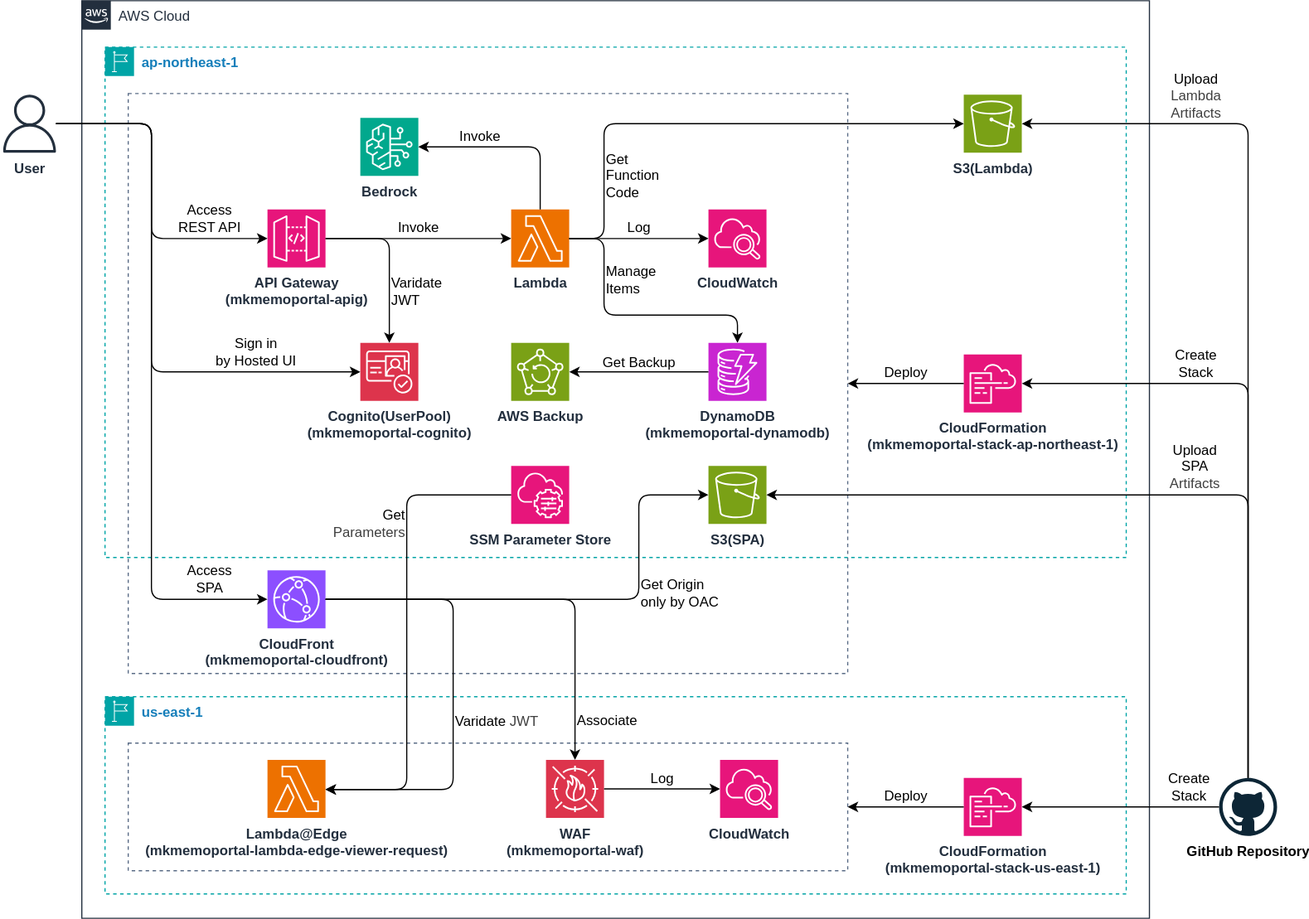
Before: architecture.drawio.svg, a diagram exported from draw.io (infhyroyage/MarkdownNotePortal). Source tidied: cells renumbered, new cells last; positions are measured from the earlier drawing's top-left corner, leaving out a move shared by most shapes.
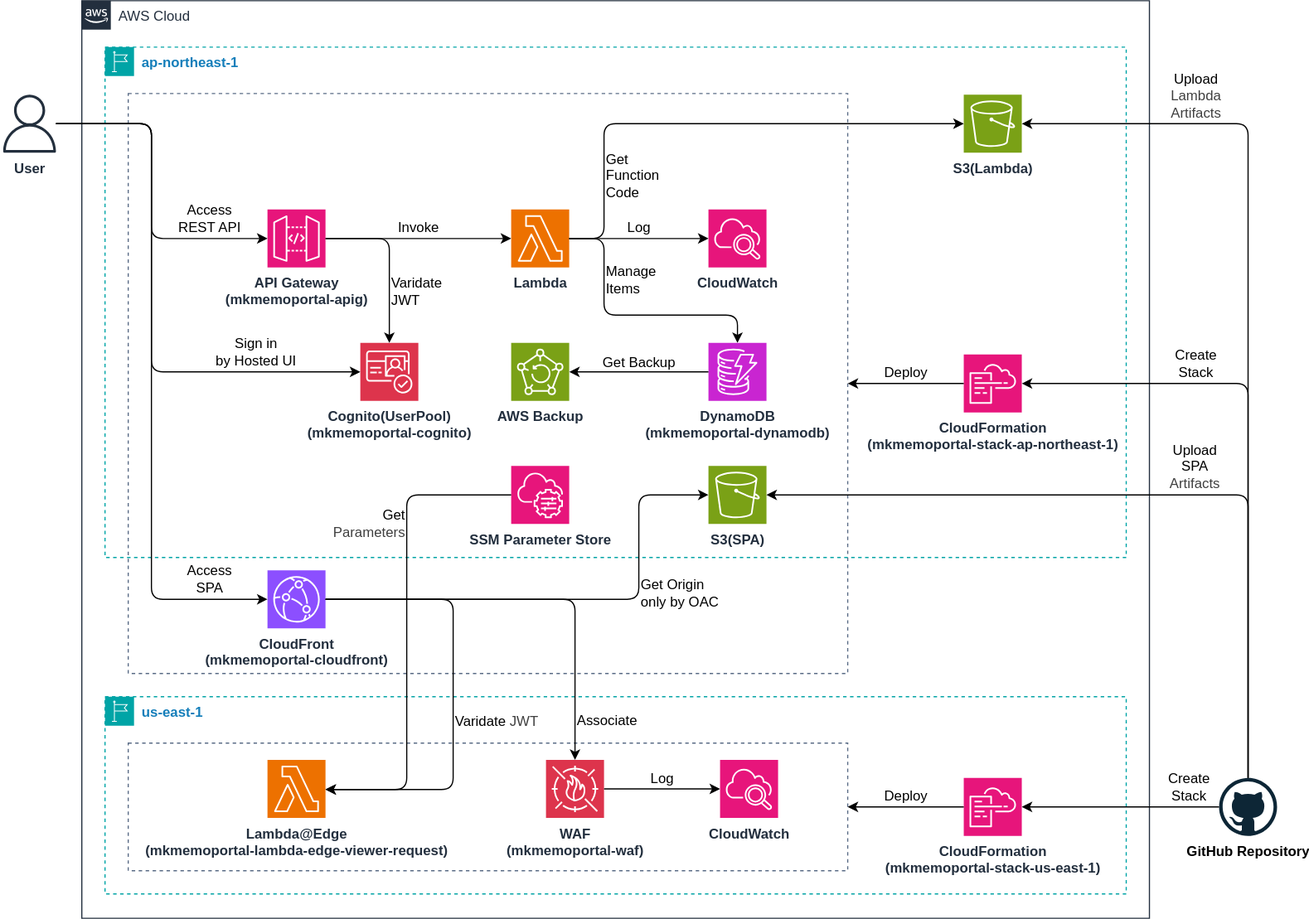
The same diagram one commit later.

Change to the diagram source:
```diff
@@ -135,16 +135,6 @@
         </Array>
       </mxGeometry>
     </mxCell>
-    <mxCell id="35" value="Bedrock" style="sketch=0;points=[[0,0,0],[0.25,0,0],[0.5,0,0],[0.75,0,0],[1,0,0],[0,1,0],[0.25,1,0],[0.5,1,0],[0.75,1,0],[1,1,0],[0,0.25,0],[0,0.5,0],[0,0.75,0],[1,0.25,0],[1,0.5,0],[1,0.75,0]];outlineConnect=0;fontColor=#232F3E;fillColor=#01A88D;strokeColor=#ffffff;dashed=0;verticalLabelPosition=bottom;verticalAlign=top;align=center;html=1;fontSize=12;fontStyle=1;shape=mxgraph.aws4.resourceIcon;resIcon=mxgraph.aws4.bedrock;" parent="2" vertex="1">
-      <mxGeometry x="240" y="101" width="50" height="50" as="geometry" />
-    </mxCell>
-    <mxCell id="36" value="Invoke" style="edgeStyle=orthogonalEdgeStyle;html=1;fontSize=12;labelPosition=center;verticalLabelPosition=top;align=center;verticalAlign=bottom;labelBackgroundColor=none;fontStyle=0;" parent="2" edge="1" source="10" target="35">
-      <mxGeometry x="0.33" relative="1" as="geometry">
-        <Array as="points">
-          <mxPoint x="395" y="126" />
-        </Array>
-      </mxGeometry>
-    </mxCell>
     <mxCell id="37" value="User" style="sketch=0;outlineConnect=0;fontColor=#232F3E;gradientColor=none;fillColor=#232F3D;strokeColor=none;dashed=0;verticalLabelPosition=bottom;verticalAlign=top;align=center;html=1;fontSize=12;fontStyle=1;shape=mxgraph.aws4.user;" parent="1" vertex="1">
       <mxGeometry y="81" width="50" height="50" as="geometry" />
     </mxCell>
```
